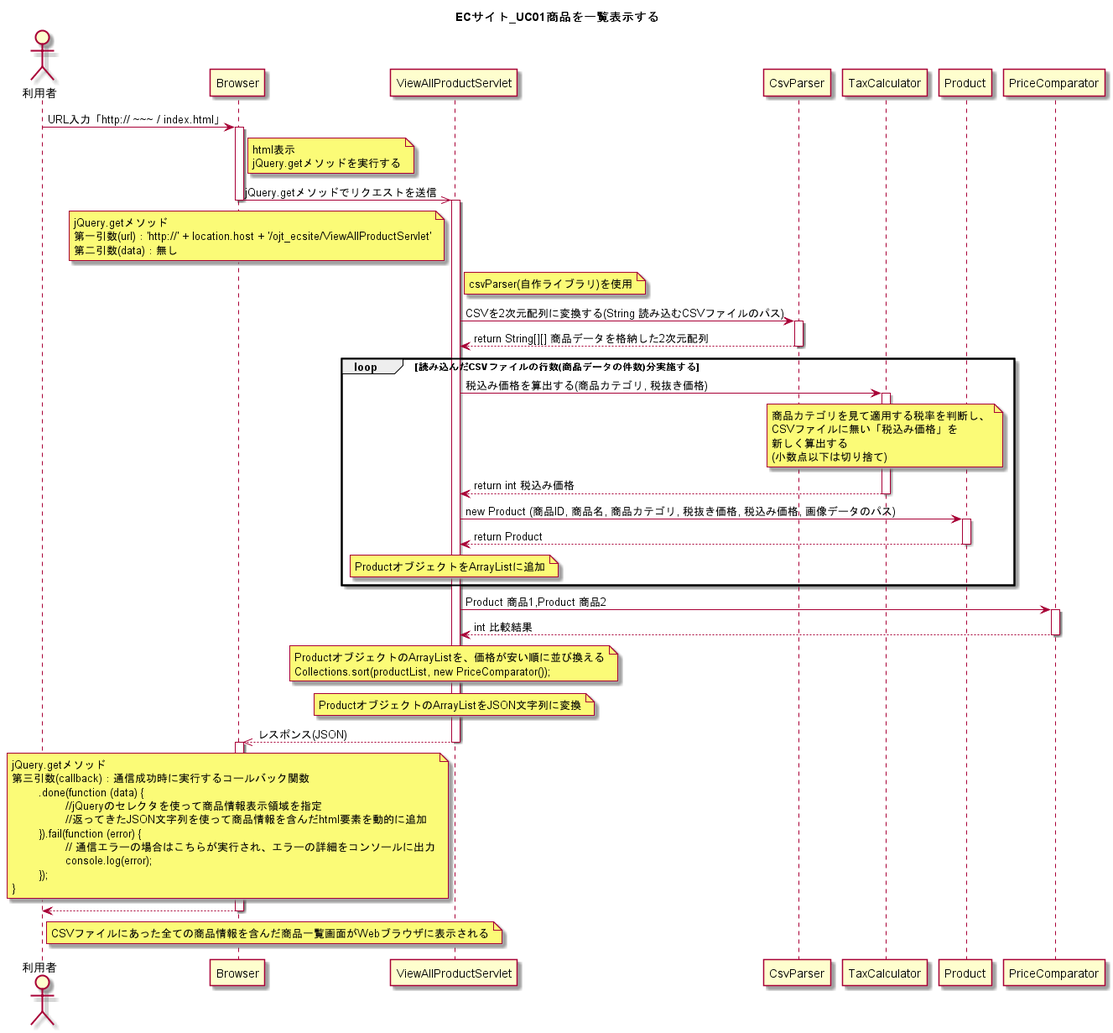
Before: UML/ECサイト_UC01商品を一覧表示する.png, a diagram exported from PlantUML (wnakayama/ojt_ecsite).
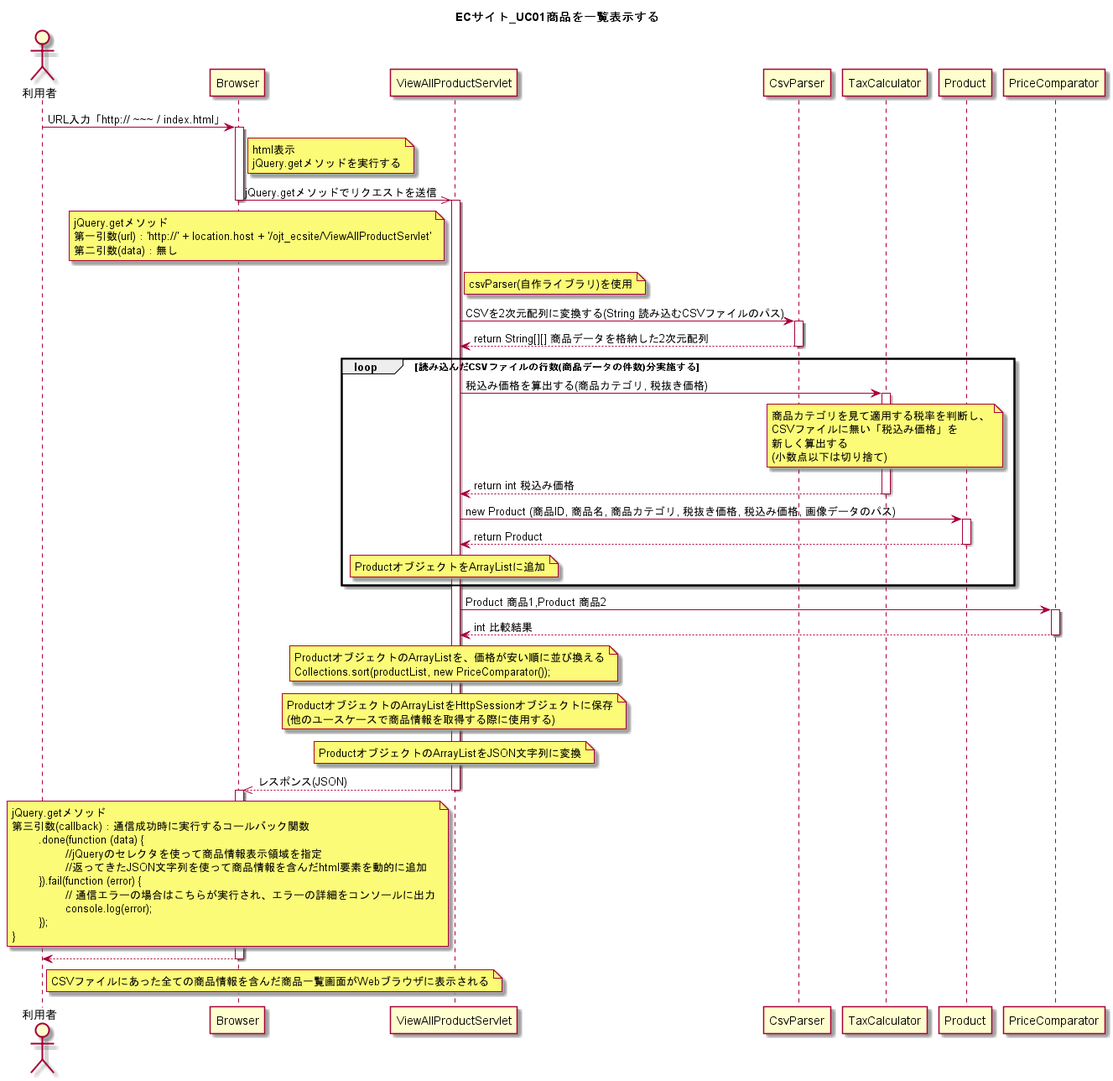
The same file after the commit.

What changed in the source:
```diff
@@ -66,6 +66,11 @@
 	end note
 
 	note over ViewAllProductServlet
+	ProductオブジェクトのArrayListをHttpSessionオブジェクトに保存
+	(他のユースケースで商品情報を取得する際に使用する)
+	end note
+
+	note over ViewAllProductServlet
 	ProductオブジェクトのArrayListをJSON文字列に変換
 	end note
 
```
